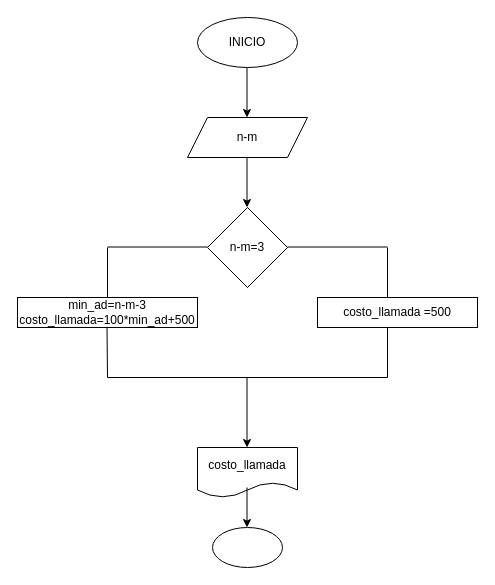
The draw.io diagram ejercicio.2/diagrama.drawio in mariagomez1-hub/taller_condicionales, before the edit. Source tidied: cells renumbered, new cells numbered last; positions are measured from the earlier drawing's top-left corner, leaving out a move shared by most shapes. Both pictures are drawn from the tidied source at 100%, with x=0, y=0 at pixel (17, 17).
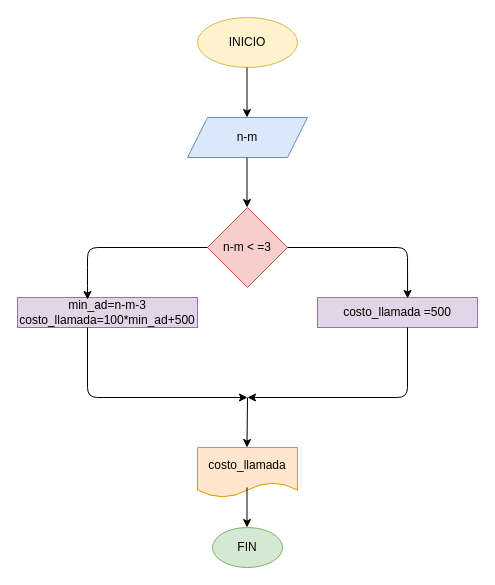
Above is the later version.

Change to the diagram source:
```diff
@@
-    <mxCell id="2" value="INICIO" style="ellipse;whiteSpace=wrap;html=1;" parent="1" vertex="1">
+    <mxCell id="2" value="INICIO" style="ellipse;whiteSpace=wrap;html=1;fillColor=#fff2cc;strokeColor=#d6b656;" parent="1" vertex="1">
       <mxGeometry x="180" width="100" height="50" as="geometry" />
     </mxCell>
@@
-    <mxCell id="4" value="n-m" style="shape=parallelogram;perimeter=parallelogramPerimeter;whiteSpace=wrap;html=1;fixedSize=1;" parent="1" vertex="1">
+    <mxCell id="4" value="n-m" style="shape=parallelogram;perimeter=parallelogramPerimeter;whiteSpace=wrap;html=1;fixedSize=1;fillColor=#dae8fc;strokeColor=#6c8ebf;" parent="1" vertex="1">
       <mxGeometry x="170" y="100" width="120" height="40" as="geometry" />
     </mxCell>
@@
-    <mxCell id="6" value="n-m=3" style="rhombus;whiteSpace=wrap;html=1;" parent="1" vertex="1">
+    <mxCell id="6" value="n-m &amp;lt; =3" style="rhombus;whiteSpace=wrap;html=1;fillColor=#f8cecc;strokeColor=#b85450;" parent="1" vertex="1">
       <mxGeometry x="190" y="190" width="80" height="80" as="geometry" />
     </mxCell>
-    <mxCell id="7" style="endArrow=none;html=1;" parent="1" edge="1">
-      <mxGeometry relative="1" as="geometry">
-        <mxPoint x="270" y="229.5" as="sourcePoint" />
-        <mxPoint x="370" y="229.5" as="targetPoint" />
-      </mxGeometry>
-    </mxCell>
-    <mxCell id="8" style="endArrow=none;html=1;" parent="1" edge="1">
-      <mxGeometry relative="1" as="geometry">
-        <mxPoint x="90" y="229.5" as="sourcePoint" />
-        <mxPoint x="190" y="229.5" as="targetPoint" />
-      </mxGeometry>
-    </mxCell>
-    <mxCell id="9" style="endArrow=none;html=1;" parent="1" edge="1">
-      <mxGeometry relative="1" as="geometry">
-        <mxPoint x="370" y="280" as="sourcePoint" />
-        <mxPoint x="370" y="230" as="targetPoint" />
-      </mxGeometry>
-    </mxCell>
-    <mxCell id="10" style="endArrow=none;html=1;" parent="1" edge="1">
-      <mxGeometry relative="1" as="geometry">
-        <mxPoint x="90" y="280" as="sourcePoint" />
-        <mxPoint x="90" y="230" as="targetPoint" />
-      </mxGeometry>
-    </mxCell>
-    <mxCell id="11" value="min_ad=n-m-3&lt;div&gt;costo_llamada=100*min_ad+500&lt;/div&gt;" style="rounded=0;whiteSpace=wrap;html=1;" parent="1" vertex="1">
+    <mxCell id="11" value="min_ad=n-m-3&lt;div&gt;costo_llamada=100*min_ad+500&lt;/div&gt;" style="rounded=0;whiteSpace=wrap;html=1;fillColor=#e1d5e7;strokeColor=#9673a6;" parent="1" vertex="1">
       <mxGeometry y="280" width="180" height="30" as="geometry" />
     </mxCell>
-    <mxCell id="12" value="costo_llamada =500" style="rounded=0;whiteSpace=wrap;html=1;" parent="1" vertex="1">
+    <mxCell id="12" value="costo_llamada =500" style="rounded=0;whiteSpace=wrap;html=1;fillColor=#e1d5e7;strokeColor=#9673a6;" parent="1" vertex="1">
       <mxGeometry x="300" y="280" width="160" height="30" as="geometry" />
     </mxCell>
-    <mxCell id="13" style="endArrow=none;html=1;" parent="1" edge="1">
-      <mxGeometry relative="1" as="geometry">
-        <mxPoint x="370" y="360" as="sourcePoint" />
-        <mxPoint x="370" y="310" as="targetPoint" />
-      </mxGeometry>
-    </mxCell>
-    <mxCell id="14" style="endArrow=none;html=1;" parent="1" edge="1">
-      <mxGeometry relative="1" as="geometry">
-        <mxPoint x="90" y="360" as="sourcePoint" />
-        <mxPoint x="89.5" y="310" as="targetPoint" />
-      </mxGeometry>
-    </mxCell>
-    <mxCell id="15" style="endArrow=none;html=1;" parent="1" edge="1">
-      <mxGeometry relative="1" as="geometry">
-        <mxPoint x="90" y="360" as="sourcePoint" />
-        <mxPoint x="370" y="360" as="targetPoint" />
-      </mxGeometry>
-    </mxCell>
     <mxCell id="16" style="endArrow=classic;html=1;" parent="1" edge="1">
       <mxGeometry relative="1" as="geometry">
-        <mxPoint x="229.5" y="360" as="sourcePoint" />
+        <mxPoint x="230" y="380" as="sourcePoint" />
         <mxPoint x="229.5" y="430" as="targetPoint" />
       </mxGeometry>
     </mxCell>
-    <mxCell id="17" value="costo_llamada" style="shape=document;whiteSpace=wrap;html=1;boundedLbl=1;" parent="1" vertex="1">
+    <mxCell id="17" value="costo_llamada" style="shape=document;whiteSpace=wrap;html=1;boundedLbl=1;fillColor=#ffe6cc;strokeColor=#d79b00;" parent="1" vertex="1">
       <mxGeometry x="180" y="430" width="100" height="50" as="geometry" />
     </mxCell>
@@
-    <mxCell id="19" style="ellipse;whiteSpace=wrap;html=1;" parent="1" vertex="1">
+    <mxCell id="19" value="FIN" style="ellipse;whiteSpace=wrap;html=1;fillColor=#d5e8d4;strokeColor=#82b366;" parent="1" vertex="1">
       <mxGeometry x="195" y="510" width="70" height="40" as="geometry" />
     </mxCell>
+    <mxCell id="20" style="endArrow=classic;html=1;entryX=0.563;entryY=0.033;entryDx=0;entryDy=0;entryPerimeter=0;" parent="1" edge="1" target="12">
+      <mxGeometry relative="1" as="geometry">
+        <mxPoint x="270" y="230" as="sourcePoint" />
+        <Array as="points">
+          <mxPoint x="390" y="230" />
+        </Array>
+      </mxGeometry>
+    </mxCell>
+    <mxCell id="21" style="endArrow=classic;html=1;" parent="1" edge="1">
+      <mxGeometry relative="1" as="geometry">
+        <mxPoint x="190" y="230" as="sourcePoint" />
+        <mxPoint x="70" y="282" as="targetPoint" />
+        <Array as="points">
+          <mxPoint x="70" y="230" />
+          <mxPoint x="70" y="260" />
+        </Array>
+      </mxGeometry>
+    </mxCell>
+    <mxCell id="22" style="endArrow=classic;html=1;" parent="1" edge="1">
+      <mxGeometry relative="1" as="geometry">
+        <mxPoint x="70" y="310" as="sourcePoint" />
+        <mxPoint x="230" y="380" as="targetPoint" />
+        <Array as="points">
+          <mxPoint x="70" y="380" />
+        </Array>
+      </mxGeometry>
+    </mxCell>
+    <mxCell id="23" style="endArrow=classic;html=1;" parent="1" edge="1">
+      <mxGeometry relative="1" as="geometry">
+        <mxPoint x="390" y="310" as="sourcePoint" />
+        <mxPoint x="230" y="380" as="targetPoint" />
+        <Array as="points">
+          <mxPoint x="390" y="380" />
+        </Array>
+      </mxGeometry>
+    </mxCell>
```
